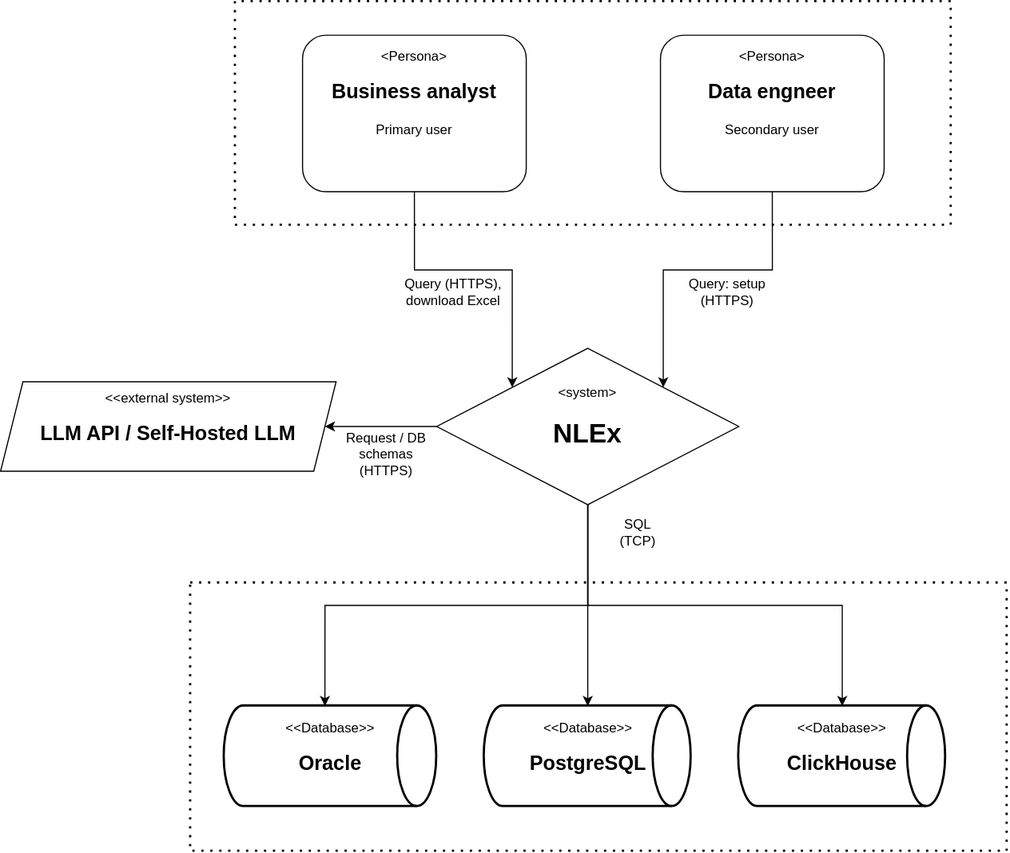
The draw.io diagram Context_diagram.drawio.svg in SerafimSoldatov/System-requirements---NLEx, before a commit. Source tidied: cells renumbered, new cells last; positions are measured from the earlier drawing's top-left corner, leaving out a move shared by most shapes.
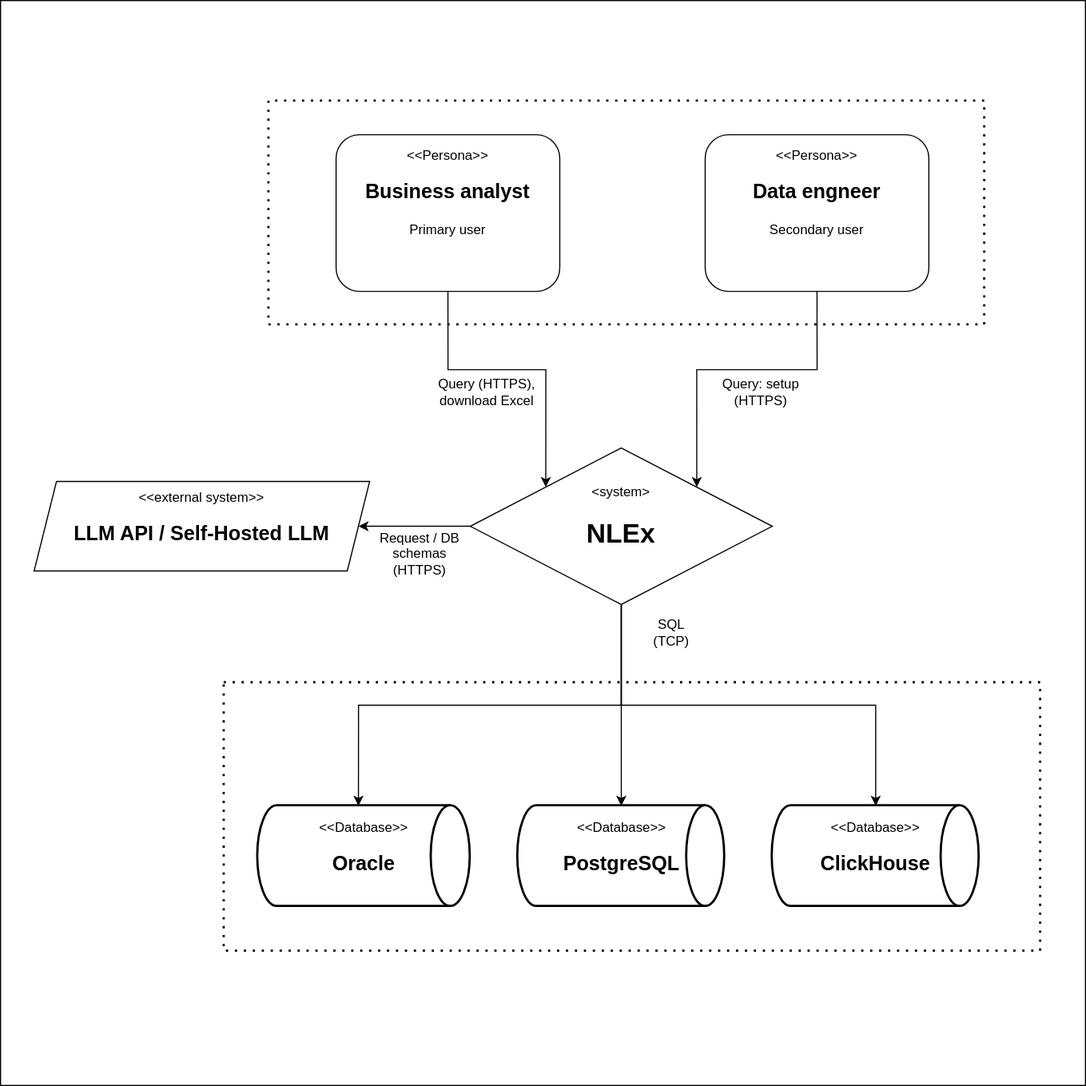
The same diagram one commit later.

Commit message:
Diagrams are updated.

What changed in the source:
```diff
@@ -1,20 +1,20 @@
-<mxGraphModel background="light-dark(#FFFFFF,#000000)">
+<mxGraphModel>
   <root>
     <mxCell id="0" />
     <mxCell id="1" parent="0" />
-    <mxCell id="2" style="edgeStyle=orthogonalEdgeStyle;rounded=0;jettySize=auto;html=1;exitX=0.5;exitY=1;exitDx=0;exitDy=0;entryX=0;entryY=0;entryDx=0;entryDy=0;fontColor=light-dark(#000000,#000000);" parent="1" edge="1" source="3" target="9">
+    <mxCell id="2" style="edgeStyle=orthogonalEdgeStyle;rounded=0;jettySize=auto;html=1;exitX=0.5;exitY=1;exitDx=0;exitDy=0;entryX=0;entryY=0;entryDx=0;entryDy=0;" parent="1" edge="1" source="3" target="9">
       <mxGeometry relative="1" as="geometry" />
     </mxCell>
-    <mxCell id="3" value="&lt;div&gt;&lt;br&gt;&lt;/div&gt;&lt;div&gt;&amp;lt;Persona&amp;gt;&lt;/div&gt;&lt;h2&gt;Business analyst&lt;/h2&gt;&lt;p&gt;Primary user&lt;/p&gt;&lt;h2&gt;&lt;br&gt;&lt;/h2&gt;" style="rounded=1;whiteSpace=wrap;html=1;" parent="1" vertex="1">
+    <mxCell id="3" value="&lt;div&gt;&lt;br&gt;&lt;/div&gt;&lt;div&gt;&amp;lt;&amp;lt;Persona&amp;gt;&amp;gt;&lt;/div&gt;&lt;h2&gt;Business analyst&lt;/h2&gt;&lt;p&gt;Primary user&lt;/p&gt;&lt;h2&gt;&lt;br&gt;&lt;/h2&gt;" style="rounded=1;whiteSpace=wrap;html=1;" parent="1" vertex="1">
       <mxGeometry x="270" y="30" width="200" height="140" as="geometry" />
     </mxCell>
-    <mxCell id="4" style="edgeStyle=orthogonalEdgeStyle;rounded=0;jettySize=auto;html=1;exitX=0.5;exitY=1;exitDx=0;exitDy=0;entryX=1;entryY=0;entryDx=0;entryDy=0;fontColor=light-dark(#000000,#000000);" parent="1" edge="1" source="5" target="9">
+    <mxCell id="4" style="edgeStyle=orthogonalEdgeStyle;rounded=0;jettySize=auto;html=1;exitX=0.5;exitY=1;exitDx=0;exitDy=0;entryX=1;entryY=0;entryDx=0;entryDy=0;" parent="1" edge="1" source="5" target="9">
       <mxGeometry relative="1" as="geometry" />
     </mxCell>
-    <mxCell id="5" value="&lt;div&gt;&lt;br&gt;&lt;/div&gt;&lt;div&gt;&amp;lt;Persona&amp;gt;&lt;/div&gt;&lt;h2&gt;Data engneer&lt;/h2&gt;&lt;p&gt;Secondary user&lt;/p&gt;&lt;h2&gt;&lt;br&gt;&lt;/h2&gt;" style="rounded=1;whiteSpace=wrap;html=1;" parent="1" vertex="1">
-      <mxGeometry x="590" y="30" width="200" height="140" as="geometry" />
+    <mxCell id="5" value="&lt;div&gt;&lt;br&gt;&lt;/div&gt;&lt;div&gt;&amp;lt;&amp;lt;Persona&amp;gt;&amp;gt;&lt;/div&gt;&lt;h2&gt;Data engneer&lt;/h2&gt;&lt;p&gt;Secondary user&lt;/p&gt;&lt;h2&gt;&lt;br&gt;&lt;/h2&gt;" style="rounded=1;whiteSpace=wrap;html=1;" parent="1" vertex="1">
+      <mxGeometry x="600" y="30" width="200" height="140" as="geometry" />
     </mxCell>
-    <mxCell id="6" style="endArrow=none;dashed=1;html=1;dashPattern=1 3;strokeWidth=2;rounded=0;fontColor=light-dark(#000000,#000000);" parent="1" edge="1">
+    <mxCell id="6" style="endArrow=none;dashed=1;html=1;dashPattern=1 3;strokeWidth=2;rounded=0;" parent="1" edge="1">
       <mxGeometry relative="1" as="geometry">
         <mxPoint x="850" as="sourcePoint" />
         <mxPoint x="850" as="targetPoint" />
@@ -26,7 +26,7 @@
         </Array>
       </mxGeometry>
     </mxCell>
-    <mxCell id="7" style="edgeStyle=orthogonalEdgeStyle;rounded=0;jettySize=auto;html=1;exitX=0;exitY=0.5;exitDx=0;exitDy=0;fontColor=light-dark(#000000,#000000);" parent="1" edge="1" source="9" target="12">
+    <mxCell id="7" style="edgeStyle=orthogonalEdgeStyle;rounded=0;jettySize=auto;html=1;exitX=0;exitY=0.5;exitDx=0;exitDy=0;" parent="1" edge="1" source="9" target="12">
       <mxGeometry relative="1" as="geometry" />
     </mxCell>
     <mxCell id="8" style="edgeStyle=orthogonalEdgeStyle;rounded=0;jettySize=auto;html=1;exitX=0.5;exitY=1;exitDx=0;exitDy=0;" parent="1" edge="1" source="9" target="16">
@@ -35,16 +35,16 @@
     <mxCell id="9" value="&lt;div&gt;&amp;lt;system&amp;gt;&lt;/div&gt;&lt;h1&gt;NLEx&lt;/h1&gt;" style="rhombus;whiteSpace=wrap;html=1;" parent="1" vertex="1">
       <mxGeometry x="390" y="310" width="270" height="140" as="geometry" />
     </mxCell>
-    <mxCell id="10" value="&lt;div&gt;Query (HTTPS),&lt;/div&gt;&lt;div&gt;download Excel&lt;/div&gt;" style="text;html=1;whiteSpace=wrap;align=center;verticalAlign=middle;rounded=0;fontColor=light-dark(#000000,#000000);" parent="1" vertex="1">
+    <mxCell id="10" value="&lt;div&gt;Query (HTTPS),&lt;/div&gt;&lt;div&gt;download Excel&lt;/div&gt;" style="text;html=1;whiteSpace=wrap;strokeColor=none;fillColor=none;align=center;verticalAlign=middle;rounded=0;fontColor=light-dark(#000000,#FFFFFF);" parent="1" vertex="1">
       <mxGeometry x="340" y="245" width="130" height="30" as="geometry" />
     </mxCell>
-    <mxCell id="11" value="&lt;div&gt;Query: setup&lt;/div&gt;&lt;div&gt;(HTTPS)&lt;/div&gt;" style="text;html=1;whiteSpace=wrap;strokeColor=none;fillColor=none;align=center;verticalAlign=middle;rounded=0;fontColor=light-dark(#000000,#000000);" parent="1" vertex="1">
+    <mxCell id="11" value="&lt;div&gt;Query: setup&lt;/div&gt;&lt;div&gt;(HTTPS)&lt;/div&gt;" style="text;html=1;whiteSpace=wrap;strokeColor=none;fillColor=none;align=center;verticalAlign=middle;rounded=0;fontColor=light-dark(#000000,#FFFFFF);" parent="1" vertex="1">
       <mxGeometry x="590" y="245" width="120" height="30" as="geometry" />
     </mxCell>
     <mxCell id="12" value="&lt;div&gt;&amp;lt;&amp;lt;external system&amp;gt;&amp;gt;&lt;/div&gt;&lt;h2&gt;LLM API / Self-Hosted LLM&lt;/h2&gt;" style="shape=parallelogram;perimeter=parallelogramPerimeter;whiteSpace=wrap;html=1;fixedSize=1;" parent="1" vertex="1">
       <mxGeometry y="340" width="300" height="80" as="geometry" />
     </mxCell>
-    <mxCell id="13" value="&lt;div&gt;Request / DB schemas&lt;/div&gt;&lt;div&gt;(HTTPS)&lt;/div&gt;" style="text;html=1;whiteSpace=wrap;strokeColor=none;fillColor=none;align=center;verticalAlign=middle;rounded=0;fontColor=light-dark(#000000,#000000);" parent="1" vertex="1">
+    <mxCell id="13" value="&lt;div&gt;Request / DB schemas&lt;/div&gt;&lt;div&gt;(HTTPS)&lt;/div&gt;" style="text;html=1;whiteSpace=wrap;strokeColor=none;fillColor=none;align=center;verticalAlign=middle;rounded=0;fontColor=light-dark(#000000,#FFFFFF);" parent="1" vertex="1">
       <mxGeometry x="300" y="390" width="90" height="30" as="geometry" />
     </mxCell>
     <mxCell id="14" value="&lt;div&gt;&amp;lt;&amp;lt;Database&amp;gt;&amp;gt;&lt;/div&gt;&lt;h2&gt;Oracle&lt;/h2&gt;" style="strokeWidth=2;html=1;shape=mxgraph.flowchart.direct_data;whiteSpace=wrap;" parent="1" vertex="1">
@@ -61,10 +61,10 @@
         <mxPoint x="290" y="630" as="targetPoint" />
       </mxGeometry>
     </mxCell>
-    <mxCell id="18" style="edgeStyle=orthogonalEdgeStyle;rounded=0;jettySize=auto;html=1;exitX=0.5;exitY=1;exitDx=0;exitDy=0;entryX=0.5;entryY=0;entryDx=0;entryDy=0;entryPerimeter=0;fontColor=light-dark(#000000,#000000);" parent="1" edge="1" source="9" target="15">
+    <mxCell id="18" style="edgeStyle=orthogonalEdgeStyle;rounded=0;jettySize=auto;html=1;exitX=0.5;exitY=1;exitDx=0;exitDy=0;entryX=0.5;entryY=0;entryDx=0;entryDy=0;entryPerimeter=0;" parent="1" edge="1" source="9" target="15">
       <mxGeometry relative="1" as="geometry" />
     </mxCell>
-    <mxCell id="19" style="endArrow=none;dashed=1;html=1;dashPattern=1 3;strokeWidth=2;rounded=0;fontColor=light-dark(#000000,#000000);" parent="1" edge="1">
+    <mxCell id="19" style="endArrow=none;dashed=1;html=1;dashPattern=1 3;strokeWidth=2;rounded=0;" parent="1" edge="1">
       <mxGeometry relative="1" as="geometry">
         <mxPoint x="170" y="520" as="sourcePoint" />
         <mxPoint x="170" y="520" as="targetPoint" />
@@ -76,8 +76,11 @@
         </Array>
       </mxGeometry>
     </mxCell>
-    <mxCell id="20" value="&lt;div&gt;SQL&lt;/div&gt;&lt;div&gt;(TCP)&lt;/div&gt;" style="text;html=1;whiteSpace=wrap;strokeColor=none;fillColor=none;align=center;verticalAlign=middle;rounded=0;fontColor=light-dark(#000000,#000000);" parent="1" vertex="1">
+    <mxCell id="20" value="&lt;div&gt;SQL&lt;/div&gt;&lt;div&gt;(TCP)&lt;/div&gt;" style="text;html=1;whiteSpace=wrap;strokeColor=none;fillColor=none;align=center;verticalAlign=middle;rounded=0;fontColor=light-dark(#000000,#FFFFFF);" parent="1" vertex="1">
       <mxGeometry x="540" y="460" width="60" height="30" as="geometry" />
     </mxCell>
+    <mxCell id="21" style="whiteSpace=wrap;html=1;fontColor=none;noLabel=1;fillColor=none;" parent="1" vertex="1">
+      <mxGeometry x="-30" y="-90" width="970" height="970" as="geometry" />
+    </mxCell>
   </root>
 </mxGraphModel>
```
